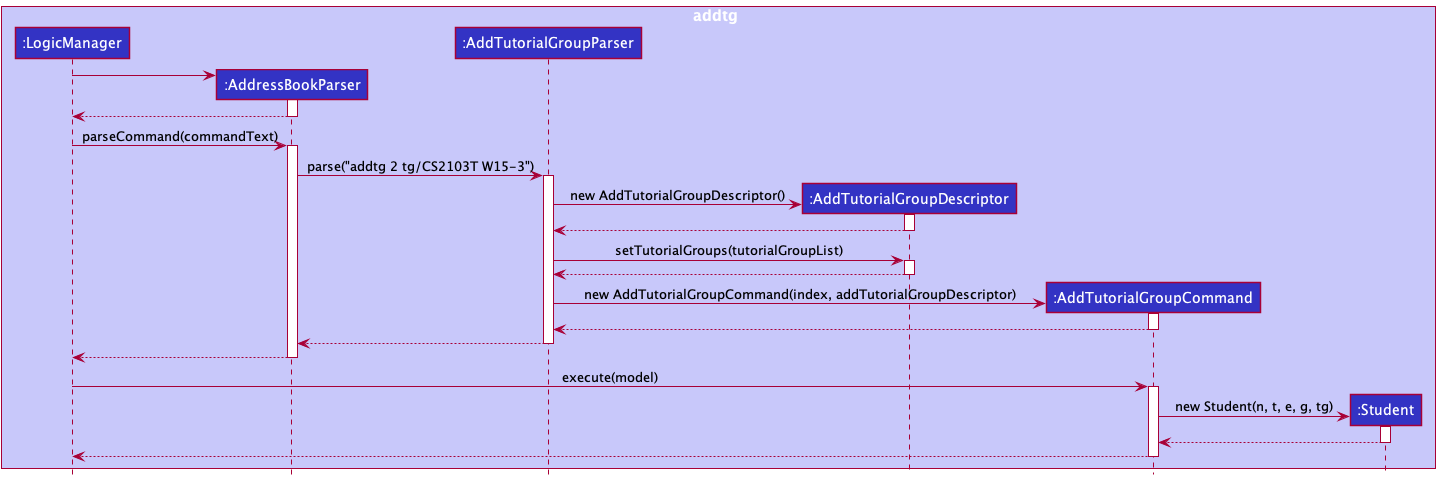
Above: docs/images/AddTutorialGroupSequenceDiagram.png in vanessaxuuan/tp (PlantUML), before the change. The source it was exported from:
```plantuml
@startuml
!include Style.puml

box addtg LOGIC_COLOR_T1
participant ":LogicManager" as LogicManager LOGIC_COLOR
participant ":AddressBookParser" as AddressBookParser LOGIC_COLOR
participant ":AddTutorialGroupParser" as AddTutorialGroupParser LOGIC_COLOR
participant ":AddTutorialGroupDescriptor" as AddTutorialGroupDescriptor LOGIC_COLOR
participant ":AddTutorialGroupCommand" as AddTutorialGroupCommand LOGIC_COLOR
participant ":Student" as Student LOGIC_COLOR
end box

create AddressBookParser
LogicManager -> AddressBookParser
activate AddressBookParser

AddressBookParser --> LogicManager
deactivate AddressBookParser

LogicManager -> AddressBookParser : parseCommand(commandText)
activate AddressBookParser

AddressBookParser -> AddTutorialGroupParser : parse("addtg 2 tg/CS2103T W15-3")
activate AddTutorialGroupParser

create AddTutorialGroupDescriptor
AddTutorialGroupParser -> AddTutorialGroupDescriptor : new AddTutorialGroupDescriptor()
activate AddTutorialGroupDescriptor

AddTutorialGroupDescriptor --> AddTutorialGroupParser
deactivate AddTutorialGroupDescriptor

AddTutorialGroupParser -> AddTutorialGroupDescriptor : setTutorialGroups(tutorialGroupList)
activate AddTutorialGroupDescriptor

AddTutorialGroupDescriptor --> AddTutorialGroupParser
deactivate AddTutorialGroupDescriptor

create AddTutorialGroupCommand
AddTutorialGroupParser -> AddTutorialGroupCommand : new AddTutorialGroupCommand(index, addTutorialGroupDescriptor)
activate AddTutorialGroupCommand

AddTutorialGroupCommand --> AddTutorialGroupParser
deactivate AddTutorialGroupCommand

AddTutorialGroupParser --> AddressBookParser
deactivate AddTutorialGroupParser

AddressBookParser --> LogicManager
deactivate AddressBookParser

LogicManager -> AddTutorialGroupCommand : execute(model)
activate AddTutorialGroupCommand

create Student
AddTutorialGroupCommand -> Student : new Student(n, t, e, g, tg)
activate Student

Student --> AddTutorialGroupCommand
deactivate Student

AddTutorialGroupCommand --> LogicManager
deactivate AddTutorialGroupCommand
@enduml
```
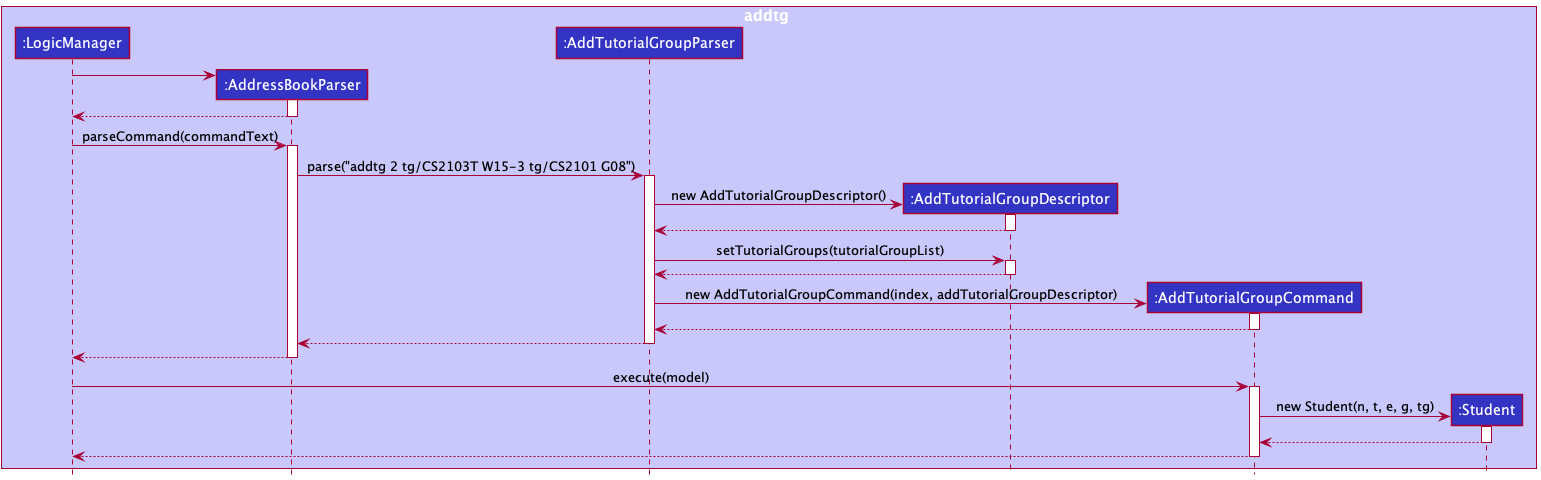
Later version of the same file.

Commit message:
Add AddTutorialGroupDescriptor diagram

The edit, as a diff of the source:
```diff
@@ -20,7 +20,7 @@
 LogicManager -> AddressBookParser : parseCommand(commandText)
 activate AddressBookParser
 
-AddressBookParser -> AddTutorialGroupParser : parse("addtg 2 tg/CS2103T W15-3")
+AddressBookParser -> AddTutorialGroupParser : parse("addtg 2 tg/CS2103T W15-3 tg/CS2101 G08")
 activate AddTutorialGroupParser
 
 create AddTutorialGroupDescriptor
```
